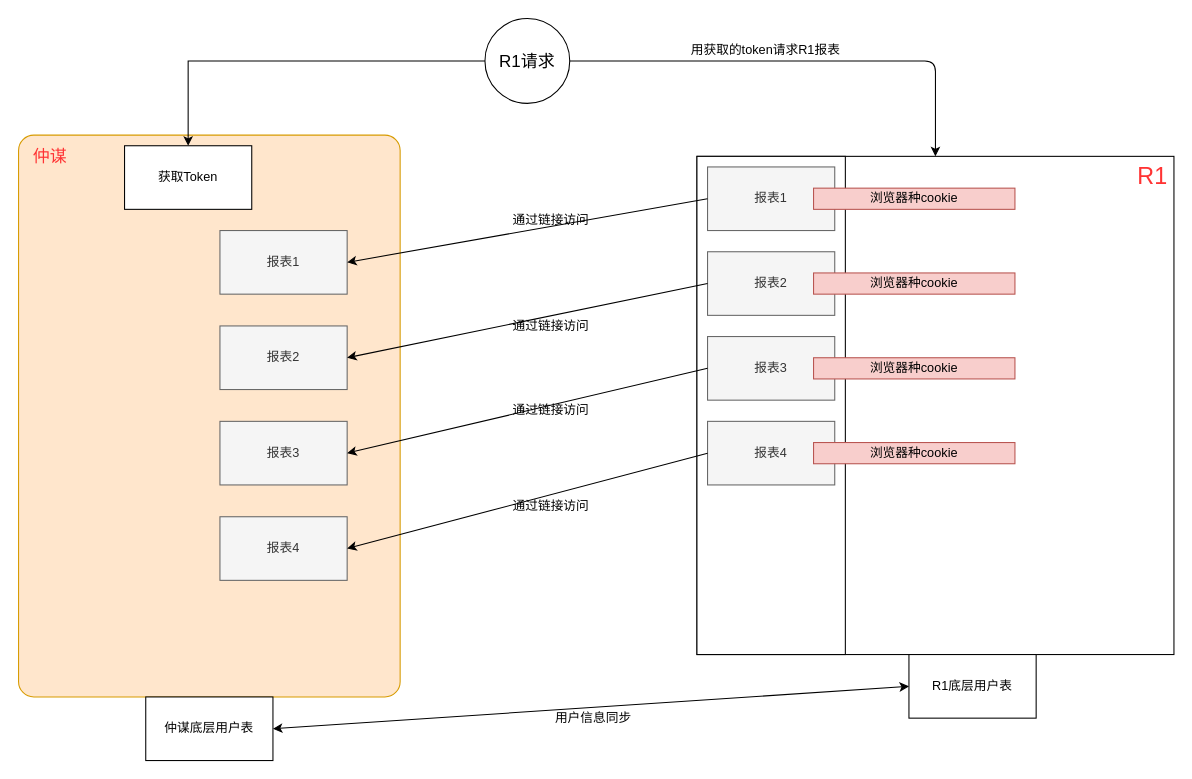
The draw.io diagram page "第 2 页" (2 of 2) of pet_data_warehouse/R1对接.drawio in fangzheng0518/draw, before the edit. Source tidied: cells renumbered, new cells numbered last; positions are measured from the earlier drawing's top-left corner, leaving out a move shared by most shapes. Both pictures are drawn from the tidied source at 106%, with x=0, y=0 at pixel (18, 18).
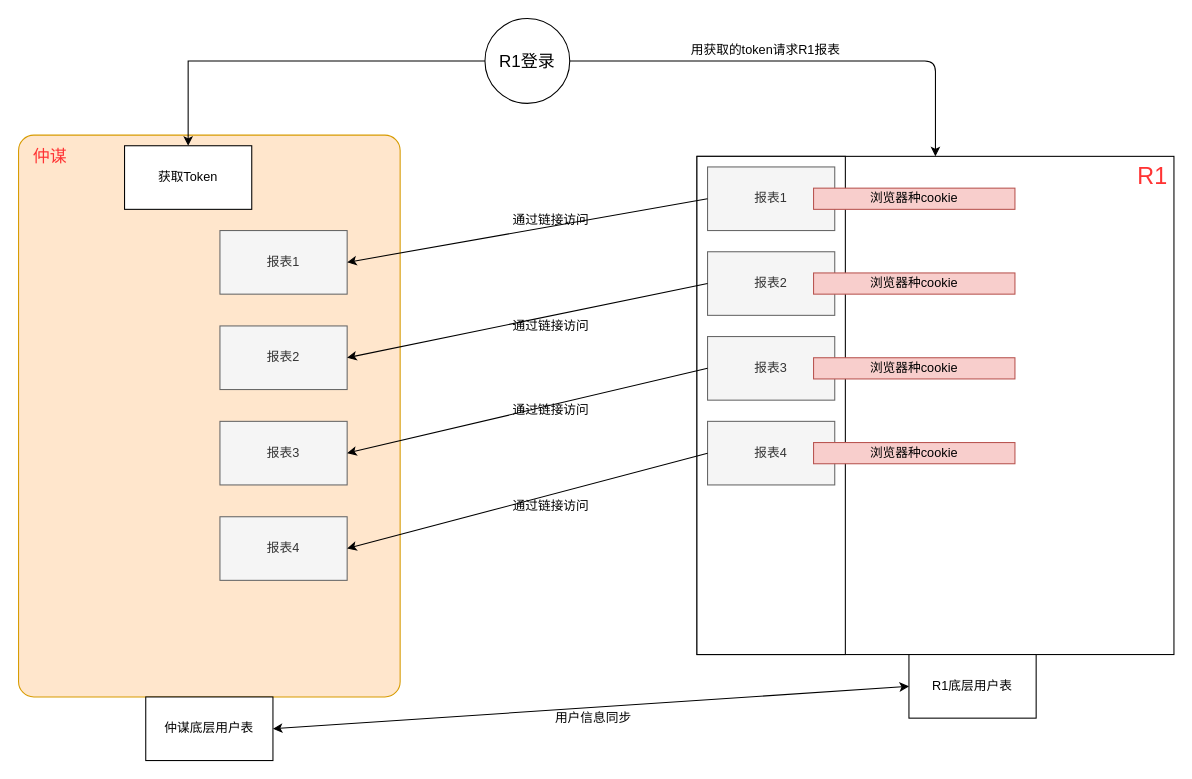
The same page after the edit.

The edit, as a diff of the source:
```diff
@@
-    <mxCell id="9" value="&lt;font style=&quot;font-size: 16px&quot;&gt;R1请求&lt;/font&gt;" style="text;html=1;strokeColor=none;fillColor=none;align=center;verticalAlign=middle;whiteSpace=wrap;rounded=0;glass=1;" parent="1" vertex="1">
+    <mxCell id="9" value="&lt;font style=&quot;font-size: 16px&quot;&gt;R1登录&lt;/font&gt;" style="text;html=1;strokeColor=none;fillColor=none;align=center;verticalAlign=middle;whiteSpace=wrap;rounded=0;glass=1;" parent="1" vertex="1">
       <mxGeometry x="445" y="30" width="70" height="20" as="geometry" />
     </mxCell>
```
